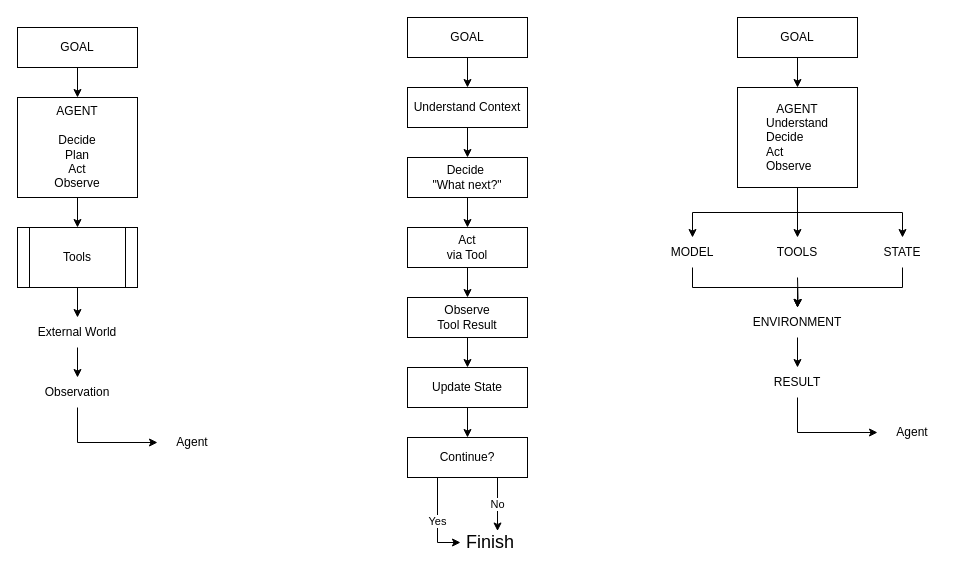
Above: page "1. Agent" (2 of 4) of docs/AI Platform Engineering/diagrams/Agentic/Agents.drawio in kashyap-r/kr-ai-workshop (draw.io), before the change. Source tidied: cells renumbered, new cells numbered last; positions are measured from the earlier drawing's top-left corner, leaving out a move shared by most shapes. Both pictures are drawn from the tidied source at 100%, with x=0, y=0 at pixel (17, 17).
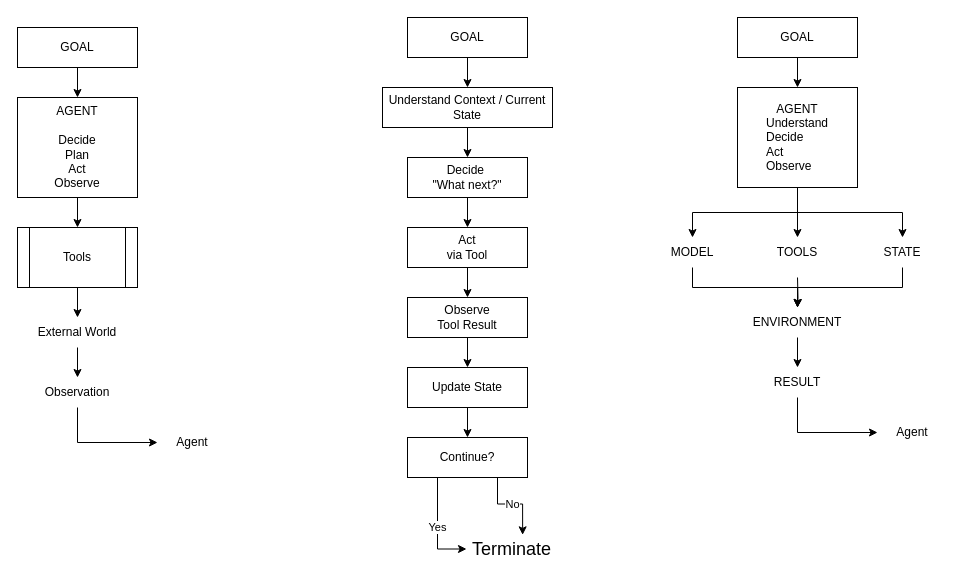
After the change.

The edit, as a diff of the source:
```diff
@@
-    <mxCell id="16" value="Understand Context" style="rounded=0;whiteSpace=wrap;html=1;" parent="1" vertex="1">
-      <mxGeometry x="390" y="70" width="120" height="40" as="geometry" />
+    <mxCell id="16" value="Understand Context / Current State" style="rounded=0;whiteSpace=wrap;html=1;" parent="1" vertex="1">
+      <mxGeometry x="365" y="70" width="170" height="40" as="geometry" />
     </mxCell>
@@
-    <mxCell id="27" value="Finish" style="text;html=1;whiteSpace=wrap;strokeColor=none;fillColor=none;align=center;verticalAlign=middle;rounded=0;fontSize=18;" parent="1" vertex="1">
-      <mxGeometry x="443" y="510" width="60" height="30" as="geometry" />
+    <mxCell id="27" value="Terminate" style="text;html=1;whiteSpace=wrap;strokeColor=none;fillColor=none;align=center;verticalAlign=middle;rounded=0;fontSize=18;" parent="1" vertex="1">
+      <mxGeometry x="449" y="513" width="91" height="37" as="geometry" />
     </mxCell>
```
